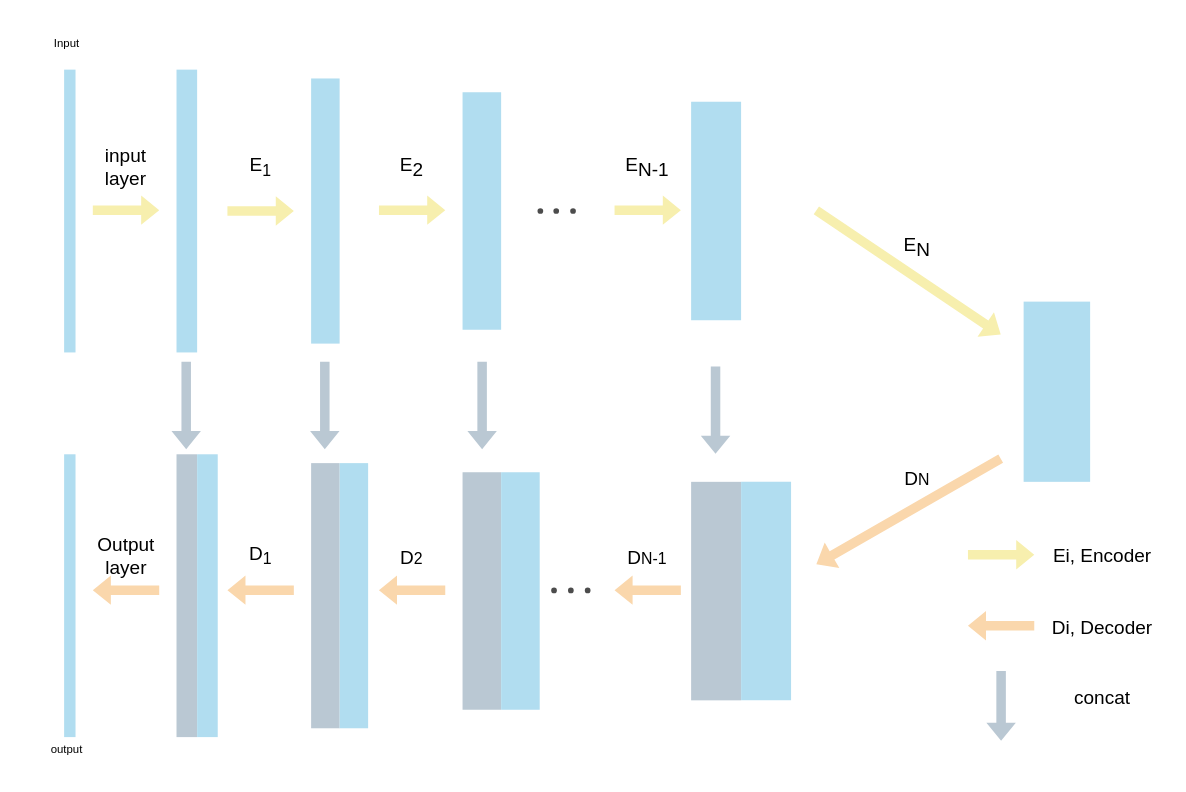
Before: unet_simple.drawio in ppposition/Machine_Learn_discussion, a draw.io diagram. Source tidied: cells renumbered, new cells numbered last; positions are measured from the earlier drawing's top-left corner, leaving out a move shared by most shapes. Both pictures are drawn from the tidied source at 95%, with x=0, y=0 at pixel (16, 16).
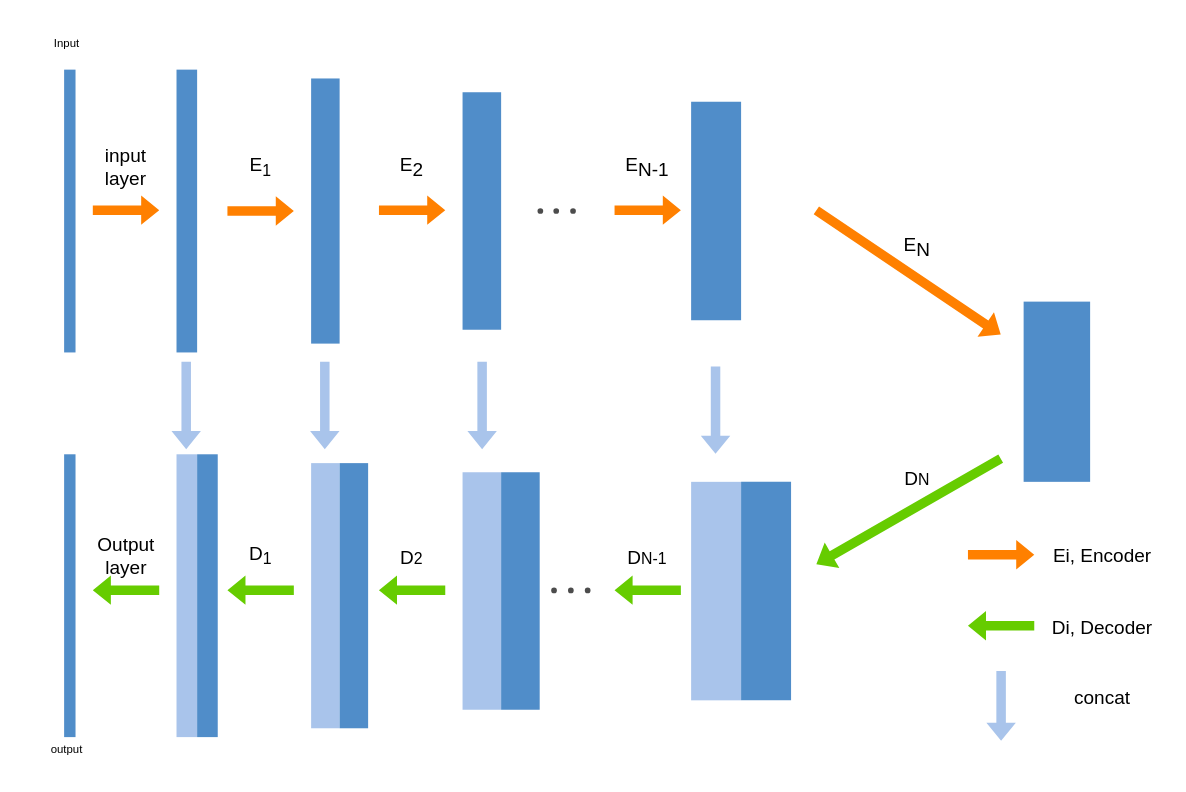
The same page after the edit.

Diff of the diagram source:
```diff
@@
-    <mxCell id="2" style="rounded=0;whiteSpace=wrap;html=1;fillColor=#b1ddf0;strokeColor=none;align=center;verticalAlign=middle;fontFamily=Helvetica;fontSize=12;fontColor=default;" parent="1" vertex="1">
+    <mxCell id="2" style="rounded=0;whiteSpace=wrap;html=1;fillColor=#508DC9;strokeColor=none;align=center;verticalAlign=middle;fontFamily=Helvetica;fontSize=12;fontColor=#ffffff;" parent="1" vertex="1">
       <mxGeometry x="168.3" y="55.8" width="21.7" height="297.7" as="geometry" />
     </mxCell>
@@
-    <mxCell id="4" style="rounded=0;whiteSpace=wrap;html=1;fillColor=#b1ddf0;strokeColor=none;align=center;verticalAlign=middle;fontFamily=Helvetica;fontSize=12;fontColor=default;" parent="1" vertex="1">
+    <mxCell id="4" style="rounded=0;whiteSpace=wrap;html=1;fillColor=#508DC9;strokeColor=none;align=center;verticalAlign=middle;fontFamily=Helvetica;fontSize=12;fontColor=#ffffff;" parent="1" vertex="1">
       <mxGeometry x="310" y="65.1" width="30" height="279.1" as="geometry" />
     </mxCell>
-    <mxCell id="5" style="rounded=0;whiteSpace=wrap;html=1;fillColor=#b1ddf0;strokeColor=none;" parent="1" vertex="1">
+    <mxCell id="5" style="rounded=0;whiteSpace=wrap;html=1;fillColor=#508DC9;strokeColor=none;align=center;verticalAlign=middle;fontFamily=Helvetica;fontSize=12;fontColor=#ffffff;" parent="1" vertex="1">
       <mxGeometry x="469.4" y="79.6" width="40.6" height="250" as="geometry" />
     </mxCell>
-    <mxCell id="6" style="shape=flexArrow;endArrow=classic;html=1;rounded=0;fillColor=#F7EFAE;strokeColor=none;" parent="1" edge="1">
+    <mxCell id="6" style="shape=flexArrow;endArrow=classic;html=1;rounded=0;fillColor=#FF8000;strokeColor=none;" parent="1" edge="1">
       <mxGeometry relative="1" as="geometry">
         <mxPoint x="221.4" y="204.7" as="sourcePoint" />
         <mxPoint x="292.3" y="204.7" as="targetPoint" />
       </mxGeometry>
     </mxCell>
-    <mxCell id="7" style="shape=flexArrow;endArrow=classic;html=1;rounded=0;fillColor=#F7EFAE;strokeColor=none;" parent="1" edge="1">
+    <mxCell id="7" style="shape=flexArrow;endArrow=classic;html=1;rounded=0;fillColor=#FF8000;strokeColor=none;" parent="1" edge="1">
       <mxGeometry relative="1" as="geometry">
         <mxPoint x="380.9" y="203.7" as="sourcePoint" />
         <mxPoint x="451.7" y="203.7" as="targetPoint" />
       </mxGeometry>
     </mxCell>
@@
-    <mxCell id="11" style="shape=flexArrow;endArrow=classic;html=1;rounded=0;fillColor=#F7EFAE;strokeColor=none;" parent="1" edge="1">
+    <mxCell id="11" style="shape=flexArrow;endArrow=classic;html=1;rounded=0;fillColor=#FF8000;strokeColor=none;" parent="1" edge="1">
       <mxGeometry relative="1" as="geometry">
         <mxPoint x="628.9" y="203.7" as="sourcePoint" />
         <mxPoint x="699.7" y="203.7" as="targetPoint" />
       </mxGeometry>
     </mxCell>
-    <mxCell id="12" style="rounded=0;whiteSpace=wrap;html=1;fillColor=#b1ddf0;strokeColor=none;align=center;verticalAlign=middle;fontFamily=Helvetica;fontSize=12;fontColor=default;" parent="1" vertex="1">
+    <mxCell id="12" style="rounded=0;whiteSpace=wrap;html=1;fillColor=#508DC9;strokeColor=none;align=center;verticalAlign=middle;fontFamily=Helvetica;fontSize=12;fontColor=#ffffff;" parent="1" vertex="1">
       <mxGeometry x="710" y="89.6" width="52.6" height="230" as="geometry" />
     </mxCell>
-    <mxCell id="13" style="shape=flexArrow;endArrow=classic;html=1;rounded=0;fillColor=#F7EFAE;strokeColor=none;" parent="1" edge="1">
+    <mxCell id="13" style="shape=flexArrow;endArrow=classic;html=1;rounded=0;fillColor=#FF8000;strokeColor=none;" parent="1" edge="1">
       <mxGeometry relative="1" as="geometry">
         <mxPoint x="841.4" y="203.7" as="sourcePoint" />
         <mxPoint x="1036.3" y="334.9" as="targetPoint" />
       </mxGeometry>
     </mxCell>
-    <mxCell id="14" style="rounded=0;whiteSpace=wrap;html=1;fillColor=#b1ddf0;strokeColor=none;align=center;verticalAlign=middle;fontFamily=Helvetica;fontSize=12;fontColor=default;gradientColor=none;" parent="1" vertex="1">
+    <mxCell id="14" style="rounded=0;whiteSpace=wrap;html=1;fillColor=#508DC9;strokeColor=none;align=center;verticalAlign=middle;fontFamily=Helvetica;fontSize=12;fontColor=#ffffff;" parent="1" vertex="1">
       <mxGeometry x="1060" y="300" width="70" height="189.7" as="geometry" />
     </mxCell>
-    <mxCell id="15" style="shape=flexArrow;endArrow=classic;html=1;rounded=0;fillColor=#fad7ac;strokeColor=none;" parent="1" edge="1">
+    <mxCell id="15" style="shape=flexArrow;endArrow=classic;html=1;rounded=0;fillColor=#66CC00;strokeColor=none;" parent="1" edge="1">
       <mxGeometry relative="1" as="geometry">
         <mxPoint x="1036.3" y="465.1" as="sourcePoint" />
         <mxPoint x="841.4" y="576.7" as="targetPoint" />
       </mxGeometry>
     </mxCell>
@@
-    <mxCell id="17" style="shape=flexArrow;endArrow=classic;html=1;rounded=0;fillColor=#fad7ac;strokeColor=none;align=center;verticalAlign=middle;fontFamily=Helvetica;fontSize=11;fontColor=default;labelBackgroundColor=default;" parent="1" edge="1">
+    <mxCell id="17" style="shape=flexArrow;endArrow=classic;html=1;rounded=0;fillColor=#66CC00;strokeColor=none;align=center;verticalAlign=middle;fontFamily=Helvetica;fontSize=11;fontColor=default;labelBackgroundColor=default;" parent="1" edge="1">
       <mxGeometry relative="1" as="geometry">
         <mxPoint x="451.7" y="603.7" as="sourcePoint" />
         <mxPoint x="380.9" y="603.7" as="targetPoint" />
       </mxGeometry>
     </mxCell>
-    <mxCell id="18" style="shape=flexArrow;endArrow=classic;html=1;rounded=0;fillColor=#fad7ac;strokeColor=none;align=center;verticalAlign=middle;fontFamily=Helvetica;fontSize=11;fontColor=default;labelBackgroundColor=default;" parent="1" edge="1">
+    <mxCell id="18" style="shape=flexArrow;endArrow=classic;html=1;rounded=0;fillColor=#66CC00;strokeColor=none;align=center;verticalAlign=middle;fontFamily=Helvetica;fontSize=11;fontColor=default;labelBackgroundColor=default;" parent="1" edge="1">
       <mxGeometry relative="1" as="geometry">
         <mxPoint x="292.3" y="603.7" as="sourcePoint" />
         <mxPoint x="221.4" y="603.7" as="targetPoint" />
       </mxGeometry>
     </mxCell>
@@
-    <mxCell id="22" style="shape=flexArrow;endArrow=classic;html=1;rounded=0;fillColor=#fad7ac;strokeColor=none;align=center;verticalAlign=middle;fontFamily=Helvetica;fontSize=11;fontColor=default;labelBackgroundColor=default;" parent="1" edge="1">
+    <mxCell id="22" style="shape=flexArrow;endArrow=classic;html=1;rounded=0;fillColor=#66CC00;strokeColor=none;align=center;verticalAlign=middle;fontFamily=Helvetica;fontSize=11;fontColor=default;labelBackgroundColor=default;" parent="1" edge="1">
       <mxGeometry relative="1" as="geometry">
         <mxPoint x="699.7" y="603.7" as="sourcePoint" />
         <mxPoint x="628.9" y="603.7" as="targetPoint" />
       </mxGeometry>
     </mxCell>
-    <mxCell id="23" style="shape=flexArrow;endArrow=classic;html=1;rounded=0;fillColor=#fad7ac;strokeColor=none;align=center;verticalAlign=middle;fontFamily=Helvetica;fontSize=11;fontColor=default;labelBackgroundColor=default;" parent="1" edge="1">
+    <mxCell id="23" style="shape=flexArrow;endArrow=classic;html=1;rounded=0;fillColor=#66CC00;strokeColor=none;align=center;verticalAlign=middle;fontFamily=Helvetica;fontSize=11;fontColor=default;labelBackgroundColor=default;" parent="1" edge="1">
       <mxGeometry relative="1" as="geometry">
         <mxPoint x="150.6" y="603.7" as="sourcePoint" />
         <mxPoint x="79.7" y="603.7" as="targetPoint" />
       </mxGeometry>
     </mxCell>
-    <mxCell id="24" style="shape=flexArrow;endArrow=classic;html=1;rounded=0;fillColor=#bac8d3;strokeColor=none;" parent="1" edge="1">
+    <mxCell id="24" style="shape=flexArrow;endArrow=classic;html=1;rounded=0;fillColor=#A9C4EB;strokeColor=none;" parent="1" edge="1">
       <mxGeometry relative="1" as="geometry">
         <mxPoint x="735.7" y="367.7" as="sourcePoint" />
         <mxPoint x="735.7" y="460.7" as="targetPoint" />
       </mxGeometry>
     </mxCell>
-    <mxCell id="25" style="shape=flexArrow;endArrow=classic;html=1;rounded=0;fillColor=#bac8d3;strokeColor=none;align=center;verticalAlign=middle;fontFamily=Helvetica;fontSize=11;fontColor=default;labelBackgroundColor=default;gradientColor=none;" parent="1" edge="1">
+    <mxCell id="25" style="shape=flexArrow;endArrow=classic;html=1;rounded=0;fillColor=#A9C4EB;strokeColor=none;align=center;verticalAlign=middle;fontFamily=Helvetica;fontSize=11;fontColor=default;labelBackgroundColor=default;gradientColor=none;" parent="1" edge="1">
       <mxGeometry relative="1" as="geometry">
         <mxPoint x="324.4" y="362.8" as="sourcePoint" />
         <mxPoint x="324.4" y="455.8" as="targetPoint" />
       </mxGeometry>
     </mxCell>
-    <mxCell id="26" style="shape=flexArrow;endArrow=classic;html=1;rounded=0;fillColor=#bac8d3;strokeColor=none;align=center;verticalAlign=middle;fontFamily=Helvetica;fontSize=11;fontColor=default;labelBackgroundColor=default;gradientColor=none;" parent="1" edge="1">
+    <mxCell id="26" style="shape=flexArrow;endArrow=classic;html=1;rounded=0;fillColor=#A9C4EB;strokeColor=none;align=center;verticalAlign=middle;fontFamily=Helvetica;fontSize=11;fontColor=default;labelBackgroundColor=default;gradientColor=none;" parent="1" edge="1">
       <mxGeometry relative="1" as="geometry">
         <mxPoint x="178.5" y="362.8" as="sourcePoint" />
         <mxPoint x="178.5" y="455.8" as="targetPoint" />
       </mxGeometry>
     </mxCell>
-    <mxCell id="27" style="shape=flexArrow;endArrow=classic;html=1;rounded=0;fillColor=#bac8d3;strokeColor=none;align=center;verticalAlign=middle;fontFamily=Helvetica;fontSize=11;fontColor=default;labelBackgroundColor=default;gradientColor=none;" parent="1" edge="1">
+    <mxCell id="27" style="shape=flexArrow;endArrow=classic;html=1;rounded=0;fillColor=#A9C4EB;strokeColor=none;align=center;verticalAlign=middle;fontFamily=Helvetica;fontSize=11;fontColor=default;labelBackgroundColor=default;gradientColor=none;" parent="1" edge="1">
       <mxGeometry relative="1" as="geometry">
         <mxPoint x="490" y="362.8" as="sourcePoint" />
         <mxPoint x="490" y="455.8" as="targetPoint" />
       </mxGeometry>
     </mxCell>
@@
-    <mxCell id="37" style="shape=flexArrow;endArrow=classic;html=1;rounded=0;fillColor=#F7EFAE;strokeColor=none;" parent="1" edge="1">
+    <mxCell id="37" style="shape=flexArrow;endArrow=classic;html=1;rounded=0;fillColor=#FF8000;strokeColor=none;" parent="1" edge="1">
       <mxGeometry relative="1" as="geometry">
         <mxPoint x="1000.9" y="566.5" as="sourcePoint" />
         <mxPoint x="1071.7" y="566.5" as="targetPoint" />
       </mxGeometry>
     </mxCell>
@@
-    <mxCell id="40" style="shape=flexArrow;endArrow=classic;html=1;rounded=0;fillColor=#fad7ac;strokeColor=none;align=center;verticalAlign=middle;fontFamily=Helvetica;fontSize=11;fontColor=default;labelBackgroundColor=default;" parent="1" edge="1">
+    <mxCell id="40" style="shape=flexArrow;endArrow=classic;html=1;rounded=0;fillColor=#66CC00;strokeColor=none;align=center;verticalAlign=middle;fontFamily=Helvetica;fontSize=11;fontColor=default;labelBackgroundColor=default;" parent="1" edge="1">
       <mxGeometry relative="1" as="geometry">
         <mxPoint x="1071.7" y="641.1" as="sourcePoint" />
         <mxPoint x="1000.9" y="641.1" as="targetPoint" />
       </mxGeometry>
     </mxCell>
-    <mxCell id="41" style="shape=flexArrow;endArrow=classic;html=1;rounded=0;fillColor=#bac8d3;strokeColor=none;align=center;verticalAlign=middle;fontFamily=Helvetica;fontSize=11;fontColor=default;labelBackgroundColor=default;gradientColor=none;" parent="1" edge="1">
+    <mxCell id="41" style="shape=flexArrow;endArrow=classic;html=1;rounded=0;fillColor=#A9C4EB;strokeColor=none;align=center;verticalAlign=middle;fontFamily=Helvetica;fontSize=11;fontColor=default;labelBackgroundColor=default;gradientColor=none;" parent="1" edge="1">
       <mxGeometry relative="1" as="geometry">
         <mxPoint x="1036.3" y="688.4" as="sourcePoint" />
         <mxPoint x="1036.3" y="762.8" as="targetPoint" />
       </mxGeometry>
     </mxCell>
@@
-    <mxCell id="43" style="rounded=0;whiteSpace=wrap;html=1;fillColor=#b1ddf0;strokeColor=none;align=center;verticalAlign=middle;fontFamily=Helvetica;fontSize=12;fontColor=default;" parent="1" vertex="1">
+    <mxCell id="43" style="rounded=0;whiteSpace=wrap;html=1;fillColor=#508DC9;strokeColor=none;align=center;verticalAlign=middle;fontFamily=Helvetica;fontSize=12;fontColor=#ffffff;" parent="1" vertex="1">
       <mxGeometry x="50" y="55.8" width="12" height="297.7" as="geometry" />
     </mxCell>
-    <mxCell id="44" style="endArrow=block;html=1;rounded=0;fillColor=#F7EFAE;strokeColor=none;shape=flexArrow;" parent="1" edge="1">
+    <mxCell id="44" style="endArrow=block;html=1;rounded=0;fillColor=#FF8000;strokeColor=none;shape=flexArrow;" parent="1" edge="1">
       <mxGeometry relative="1" as="geometry">
         <mxPoint x="79.7" y="203.7" as="sourcePoint" />
         <mxPoint x="150.6" y="203.7" as="targetPoint" />
       </mxGeometry>
     </mxCell>
@@
-    <mxCell id="46" style="rounded=0;whiteSpace=wrap;html=1;fillColor=#bac8d3;strokeColor=none;align=center;verticalAlign=middle;fontFamily=Helvetica;fontSize=12;fontColor=default;" parent="1" vertex="1">
+    <mxCell id="46" style="rounded=0;whiteSpace=wrap;html=1;fillColor=#A9C4EB;strokeColor=none;align=center;verticalAlign=middle;fontFamily=Helvetica;fontSize=12;fontColor=default;" parent="1" vertex="1">
       <mxGeometry x="469.4" y="479.6" width="40.6" height="250" as="geometry" />
     </mxCell>
-    <mxCell id="47" style="rounded=0;whiteSpace=wrap;html=1;fillColor=#b1ddf0;strokeColor=none;" parent="1" vertex="1">
+    <mxCell id="47" style="rounded=0;whiteSpace=wrap;html=1;fillColor=#508DC9;strokeColor=none;align=center;verticalAlign=middle;fontFamily=Helvetica;fontSize=12;fontColor=#ffffff;" parent="1" vertex="1">
       <mxGeometry x="510" y="479.6" width="40.6" height="250" as="geometry" />
     </mxCell>
-    <mxCell id="48" style="rounded=0;whiteSpace=wrap;html=1;fillColor=#bac8d3;strokeColor=none;align=center;verticalAlign=middle;fontFamily=Helvetica;fontSize=12;fontColor=default;" parent="1" vertex="1">
+    <mxCell id="48" style="rounded=0;whiteSpace=wrap;html=1;fillColor=#A9C4EB;strokeColor=none;align=center;verticalAlign=middle;fontFamily=Helvetica;fontSize=12;fontColor=default;" parent="1" vertex="1">
       <mxGeometry x="310" y="470" width="30" height="279.1" as="geometry" />
     </mxCell>
-    <mxCell id="49" style="rounded=0;whiteSpace=wrap;html=1;fillColor=#bac8d3;strokeColor=none;align=center;verticalAlign=middle;fontFamily=Helvetica;fontSize=12;fontColor=default;" parent="1" vertex="1">
+    <mxCell id="49" style="rounded=0;whiteSpace=wrap;html=1;fillColor=#A9C4EB;strokeColor=none;align=center;verticalAlign=middle;fontFamily=Helvetica;fontSize=12;fontColor=default;" parent="1" vertex="1">
       <mxGeometry x="168.3" y="460.7" width="21.7" height="297.7" as="geometry" />
     </mxCell>
-    <mxCell id="50" style="rounded=0;whiteSpace=wrap;html=1;fillColor=#b1ddf0;strokeColor=none;align=center;verticalAlign=middle;fontFamily=Helvetica;fontSize=12;fontColor=default;" parent="1" vertex="1">
+    <mxCell id="50" style="rounded=0;whiteSpace=wrap;html=1;fillColor=#508DC9;strokeColor=none;align=center;verticalAlign=middle;fontFamily=Helvetica;fontSize=12;fontColor=#ffffff;" parent="1" vertex="1">
       <mxGeometry x="50" y="460.7" width="12" height="297.7" as="geometry" />
     </mxCell>
-    <mxCell id="51" style="rounded=0;whiteSpace=wrap;html=1;fillColor=#b1ddf0;strokeColor=none;align=center;verticalAlign=middle;fontFamily=Helvetica;fontSize=12;fontColor=default;" parent="1" vertex="1">
+    <mxCell id="51" style="rounded=0;whiteSpace=wrap;html=1;fillColor=#508DC9;strokeColor=none;align=center;verticalAlign=middle;fontFamily=Helvetica;fontSize=12;fontColor=#ffffff;" parent="1" vertex="1">
       <mxGeometry x="190" y="460.7" width="21.7" height="297.7" as="geometry" />
     </mxCell>
-    <mxCell id="52" style="rounded=0;whiteSpace=wrap;html=1;fillColor=#b1ddf0;strokeColor=none;align=center;verticalAlign=middle;fontFamily=Helvetica;fontSize=12;fontColor=default;" parent="1" vertex="1">
+    <mxCell id="52" style="rounded=0;whiteSpace=wrap;html=1;fillColor=#508DC9;strokeColor=none;align=center;verticalAlign=middle;fontFamily=Helvetica;fontSize=12;fontColor=#ffffff;" parent="1" vertex="1">
       <mxGeometry x="340" y="470" width="30" height="279.1" as="geometry" />
     </mxCell>
-    <mxCell id="53" style="rounded=0;whiteSpace=wrap;html=1;align=center;verticalAlign=middle;fontFamily=Helvetica;fontSize=12;fillColor=#bac8d3;strokeColor=none;" parent="1" vertex="1">
+    <mxCell id="53" style="rounded=0;whiteSpace=wrap;html=1;align=center;verticalAlign=middle;fontFamily=Helvetica;fontSize=12;fillColor=#A9C4EB;strokeColor=none;" parent="1" vertex="1">
       <mxGeometry x="710" y="489.7" width="52.6" height="230" as="geometry" />
     </mxCell>
-    <mxCell id="54" style="rounded=0;whiteSpace=wrap;html=1;fillColor=#b1ddf0;strokeColor=none;align=center;verticalAlign=middle;fontFamily=Helvetica;fontSize=12;fontColor=default;" parent="1" vertex="1">
+    <mxCell id="54" style="rounded=0;whiteSpace=wrap;html=1;fillColor=#508DC9;strokeColor=none;align=center;verticalAlign=middle;fontFamily=Helvetica;fontSize=12;fontColor=#ffffff;" parent="1" vertex="1">
       <mxGeometry x="762.6" y="489.6" width="52.6" height="230" as="geometry" />
     </mxCell>
```
